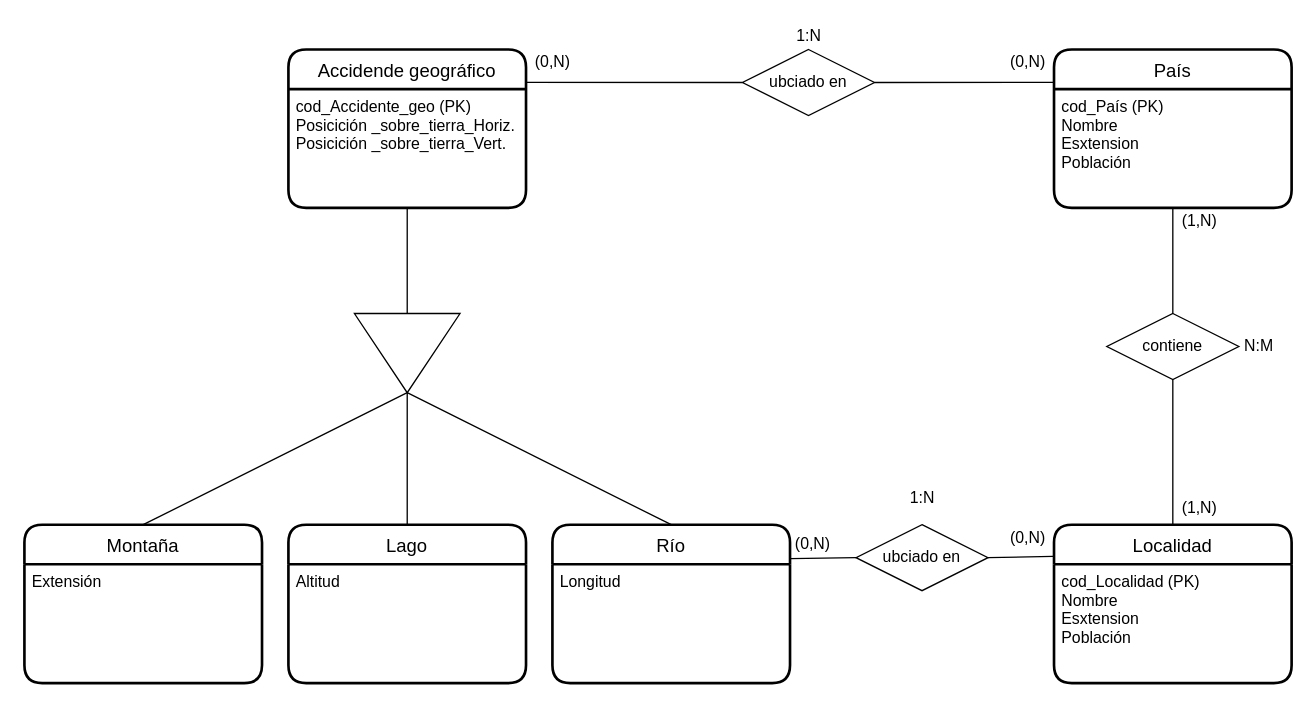
Earlier version of the draw.io diagram bbdd/Trimestre 2/Actividades/amado_cibreiro_andres_bd54/amado_cibreiro_andres_bd54_1.drawio (Amaado/DAM1_archives). Source tidied: cells renumbered, new cells numbered last; positions are measured from the earlier drawing's top-left corner, leaving out a move shared by most shapes. Both pictures are drawn from the tidied source at 132%, with x=0, y=0 at pixel (24, 22).
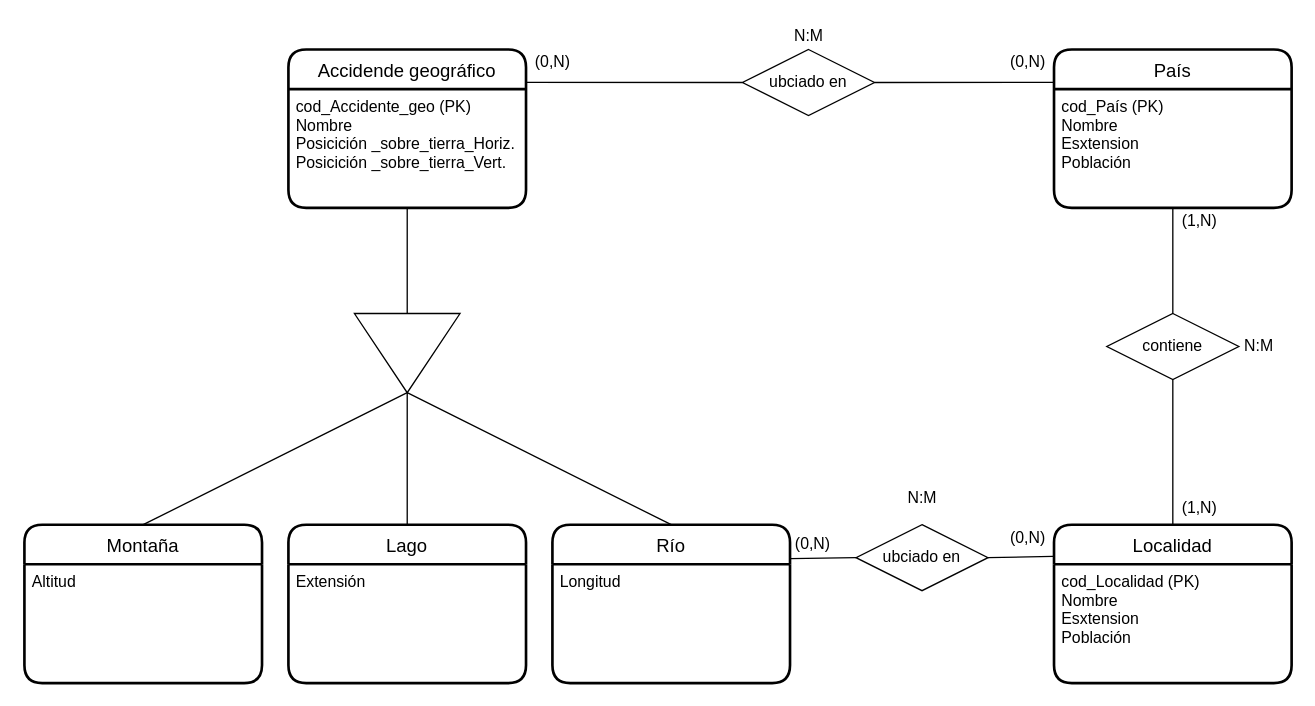
The same page after the edit.

Unchanged cells that the change refers to:
```xml
<mxCell id="2" value="Accidende geográfico" style="swimlane;horizontal=1;startSize=30;rounded=1;fontSize=14;fontStyle=0;strokeWidth=2;shadow=0;dashed=0;align=center;" parent="1" vertex="1">
  <mxGeometry x="200" y="20" width="180" height="120" as="geometry" />
</mxCell>
<mxCell id="8" value="Lago" style="swimlane;horizontal=1;startSize=30;rounded=1;fontSize=14;fontStyle=0;strokeWidth=2;shadow=0;dashed=0;align=center;" parent="1" vertex="1">
  <mxGeometry x="200" y="380" width="180" height="120" as="geometry" />
</mxCell>
<mxCell id="10" value="Montaña" style="swimlane;horizontal=1;startSize=30;rounded=1;fontSize=14;fontStyle=0;strokeWidth=2;shadow=0;dashed=0;align=center;" parent="1" vertex="1">
  <mxGeometry y="380" width="180" height="120" as="geometry" />
</mxCell>
```

Change to the diagram source:
```diff
@@
-    <mxCell id="3" value="cod_Accidente_geo (PK)&#10;Posicición _sobre_tierra_Horiz.&#10;Posicición _sobre_tierra_Vert.&#10;" style="align=left;strokeColor=none;fillColor=none;spacingLeft=4;fontSize=12;verticalAlign=top;" parent="2" vertex="1">
+    <mxCell id="3" value="cod_Accidente_geo (PK)&#10;Nombre&#10;Posicición _sobre_tierra_Horiz.&#10;Posicición _sobre_tierra_Vert.&#10;" style="align=left;strokeColor=none;fillColor=none;spacingLeft=4;fontSize=12;verticalAlign=top;" parent="2" vertex="1">
       <mxGeometry y="30" width="180" height="90" as="geometry" />
     </mxCell>
@@
-    <mxCell id="9" value="Altitud" style="align=left;strokeColor=none;fillColor=none;spacingLeft=4;fontSize=12;verticalAlign=top;" parent="8" vertex="1">
+    <mxCell id="9" value="Extensión" style="align=left;strokeColor=none;fillColor=none;spacingLeft=4;fontSize=12;verticalAlign=top;" parent="8" vertex="1">
       <mxGeometry y="30" width="180" height="90" as="geometry" />
     </mxCell>
@@
-    <mxCell id="11" value="Extensión" style="align=left;strokeColor=none;fillColor=none;spacingLeft=4;fontSize=12;verticalAlign=top;" parent="10" vertex="1">
+    <mxCell id="11" value="Altitud" style="align=left;strokeColor=none;fillColor=none;spacingLeft=4;fontSize=12;verticalAlign=top;" parent="10" vertex="1">
       <mxGeometry y="30" width="180" height="90" as="geometry" />
     </mxCell>
@@
-    <mxCell id="28" value="1:N" style="text;html=1;align=center;verticalAlign=middle;" parent="1" vertex="1">
-      <mxGeometry x="579" width="30" height="20" as="geometry" />
+    <mxCell id="28" value="N:M" style="text;html=1;align=center;verticalAlign=middle;" parent="1" vertex="1">
+      <mxGeometry x="574" width="40" height="20" as="geometry" />
     </mxCell>
@@
-    <mxCell id="34" value="1:N" style="text;html=1;align=center;verticalAlign=middle;" parent="1" vertex="1">
-      <mxGeometry x="665" y="350" width="30" height="20" as="geometry" />
+    <mxCell id="34" value="N:M" style="text;html=1;align=center;verticalAlign=middle;" parent="1" vertex="1">
+      <mxGeometry x="660" y="350" width="40" height="20" as="geometry" />
     </mxCell>
```
